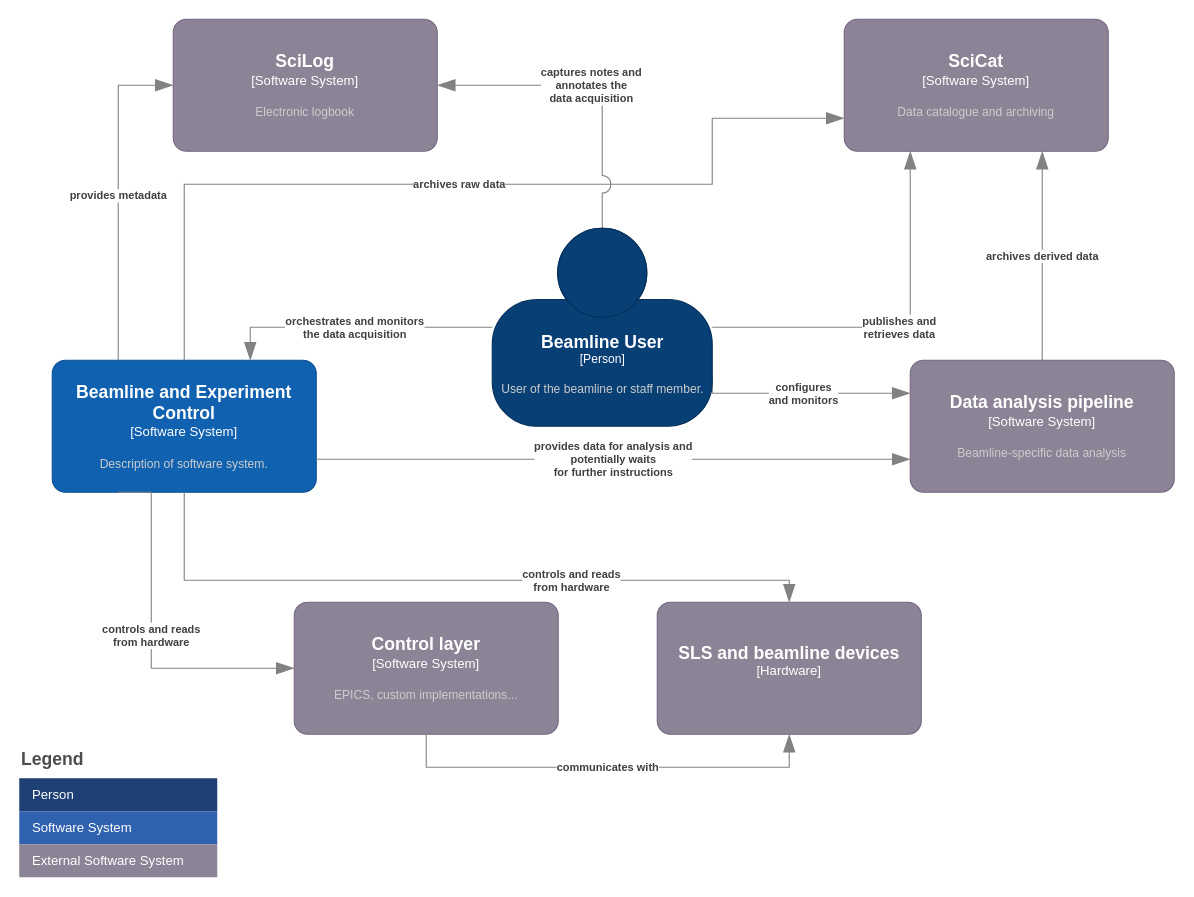
The draw.io diagram page "BEC_context_user_centric" (3 of 5) of docs/architecture/BEC.drawio in ivan-usov-org/bec, before the edit. Source tidied: cells renumbered, new cells numbered last; positions are measured from the earlier drawing's top-left corner, leaving out a move shared by most shapes. Both pictures are drawn from the tidied source at 110%, with x=0, y=0 at pixel (19, 19).
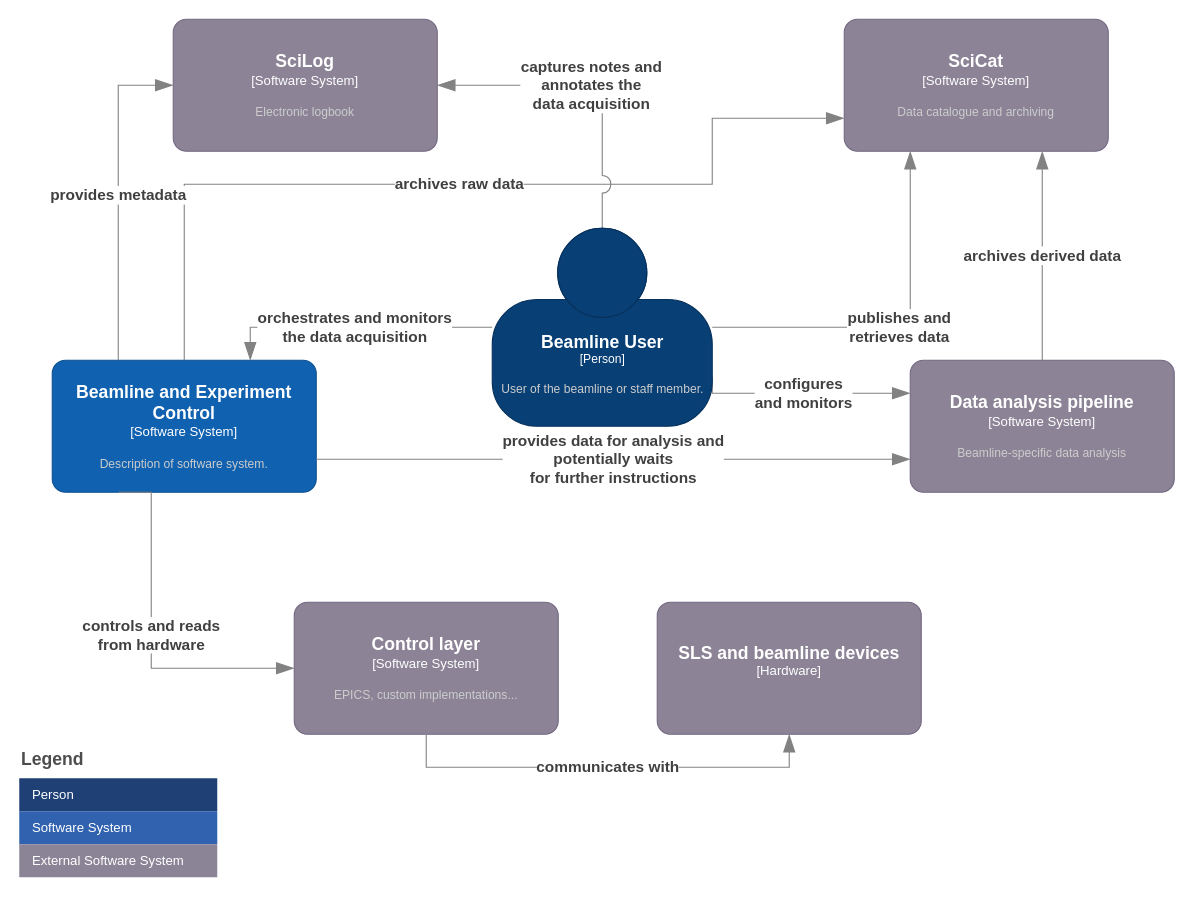
The same page after the edit.

Unchanged cells that the change refers to:
```xml
<object id="2" label="&lt;font style=&quot;font-size: 16px&quot;&gt;&lt;b&gt;%c4Name%&lt;/b&gt;&lt;/font&gt;&lt;div&gt;[%c4Type%]&lt;/div&gt;&lt;br&gt;&lt;div&gt;&lt;font style=&quot;font-size: 11px&quot;&gt;&lt;font color=&quot;#cccccc&quot;&gt;%c4Description%&lt;/font&gt;&lt;/div&gt;" c4Description="Data catalogue and archiving" c4Name="SciCat" c4Type="Software System" placeholders="1">
  <mxCell style="rounded=1;whiteSpace=wrap;html=1;labelBackgroundColor=none;fillColor=#8C8496;fontColor=#ffffff;align=center;arcSize=10;strokeColor=#736782;points=[[0.25,0,0],[0.5,0,0],[0.75,0,0],[1,0.25,0],[1,0.5,0],[1,0.75,0],[0.75,1,0],[0.5,1,0],[0.25,1,0],[0,0.75,0],[0,0.5,0],[0,0.25,0]];fontSize=12;" parent="1" vertex="1">
    <mxGeometry x="750" width="240" height="120" as="geometry" />
  </mxCell>
</object>
<object id="3" label="&lt;font style=&quot;font-size: 16px&quot;&gt;&lt;b&gt;%c4Name%&lt;/b&gt;&lt;/font&gt;&lt;div&gt;[%c4Type%]&lt;/div&gt;&lt;br&gt;&lt;div&gt;&lt;font style=&quot;font-size: 11px&quot;&gt;&lt;font color=&quot;#cccccc&quot;&gt;%c4Description%&lt;/font&gt;&lt;/div&gt;" c4Description="EPICS, custom implementations..." c4Name="Control layer" c4Type="Software System" placeholders="1">
  <mxCell style="rounded=1;whiteSpace=wrap;html=1;labelBackgroundColor=none;fillColor=#8C8496;fontColor=#ffffff;align=center;arcSize=10;strokeColor=#736782;points=[[0.25,0,0],[0.5,0,0],[0.75,0,0],[1,0.25,0],[1,0.5,0],[1,0.75,0],[0.75,1,0],[0.5,1,0],[0.25,1,0],[0,0.75,0],[0,0.5,0],[0,0.25,0]];fontSize=12;" parent="1" vertex="1">
    <mxGeometry x="250" y="530" width="240" height="120" as="geometry" />
  </mxCell>
</object>
<object id="4" label="&lt;font style=&quot;font-size: 16px&quot;&gt;&lt;b&gt;%c4Name%&lt;/b&gt;&lt;/font&gt;&lt;div&gt;[%c4Type%]&lt;/div&gt;&lt;br&gt;&lt;div&gt;&lt;font style=&quot;font-size: 11px&quot;&gt;&lt;font color=&quot;#cccccc&quot;&gt;%c4Description%&lt;/font&gt;&lt;/div&gt;" c4Description="Electronic logbook" c4Name="SciLog" c4Type="Software System" placeholders="1">
  <mxCell style="rounded=1;whiteSpace=wrap;html=1;labelBackgroundColor=none;fillColor=#8C8496;fontColor=#ffffff;align=center;arcSize=10;strokeColor=#736782;points=[[0.25,0,0],[0.5,0,0],[0.75,0,0],[1,0.25,0],[1,0.5,0],[1,0.75,0],[0.75,1,0],[0.5,1,0],[0.25,1,0],[0,0.75,0],[0,0.5,0],[0,0.25,0]];fontSize=12;" parent="1" vertex="1">
    <mxGeometry x="140" width="240" height="120" as="geometry" />
  </mxCell>
</object>
<object id="5" label="&lt;font style=&quot;font-size: 16px&quot;&gt;&lt;b&gt;%c4Name%&lt;/b&gt;&lt;/font&gt;&lt;div&gt;[%c4Type%]&lt;/div&gt;&lt;br&gt;&lt;div&gt;&lt;font style=&quot;font-size: 11px&quot;&gt;&lt;font color=&quot;#cccccc&quot;&gt;%c4Description%&lt;/font&gt;&lt;/div&gt;" c4Description="Description of software system." c4Name="Beamline and Experiment Control" c4Type="Software System" placeholders="1">
  <mxCell style="rounded=1;whiteSpace=wrap;html=1;labelBackgroundColor=none;fillColor=#1061B0;fontColor=#ffffff;align=center;arcSize=10;strokeColor=#0D5091;points=[[0.25,0,0],[0.5,0,0],[0.75,0,0],[1,0.25,0],[1,0.5,0],[1,0.75,0],[0.75,1,0],[0.5,1,0],[0.25,1,0],[0,0.75,0],[0,0.5,0],[0,0.25,0]];fontSize=12;" parent="1" vertex="1">
    <mxGeometry x="30" y="310" width="240" height="120" as="geometry" />
  </mxCell>
</object>
<object id="6" label="&lt;font style=&quot;font-size: 16px&quot;&gt;&lt;b&gt;%c4Name%&lt;/b&gt;&lt;/font&gt;&lt;div&gt;[%c4Type%]&lt;/div&gt;&lt;br&gt;&lt;div&gt;&lt;font style=&quot;font-size: 11px&quot;&gt;&lt;font color=&quot;#cccccc&quot;&gt;%c4Description%&lt;/font&gt;&lt;/div&gt;" c4Description="Beamline-specific data analysis" c4Name="Data analysis pipeline" c4Type="Software System" placeholders="1">
  <mxCell style="rounded=1;whiteSpace=wrap;html=1;labelBackgroundColor=none;fillColor=#8C8496;fontColor=#ffffff;align=center;arcSize=10;strokeColor=#736782;points=[[0.25,0,0],[0.5,0,0],[0.75,0,0],[1,0.25,0],[1,0.5,0],[1,0.75,0],[0.75,1,0],[0.5,1,0],[0.25,1,0],[0,0.75,0],[0,0.5,0],[0,0.25,0]];fontSize=12;comic=0;noLabel=0;" parent="1" vertex="1">
    <mxGeometry x="810" y="310" width="240" height="120" as="geometry" />
  </mxCell>
</object>
<object id="22" label="&lt;font style=&quot;font-size: 16px&quot;&gt;&lt;b&gt;%c4Name%&lt;/b&gt;&lt;/font&gt;&lt;div&gt;[%c4Type%]&lt;/div&gt;&lt;br&gt;&lt;div&gt;&lt;font style=&quot;font-size: 11px&quot;&gt;&lt;font color=&quot;#cccccc&quot;&gt;%c4Description%&lt;/font&gt;&lt;/div&gt;" c4Description="" c4Name="SLS and beamline devices" c4Type="Hardware" placeholders="1">
  <mxCell style="rounded=1;whiteSpace=wrap;html=1;labelBackgroundColor=none;fillColor=#8C8496;fontColor=#ffffff;align=center;arcSize=10;strokeColor=#736782;points=[[0.25,0,0],[0.5,0,0],[0.75,0,0],[1,0.25,0],[1,0.5,0],[1,0.75,0],[0.75,1,0],[0.5,1,0],[0.25,1,0],[0,0.75,0],[0,0.5,0],[0,0.25,0]];fontSize=12;" parent="1" vertex="1">
    <mxGeometry x="580" y="530" width="240" height="120" as="geometry" />
  </mxCell>
</object>
<object id="24" label="&lt;font style=&quot;font-size: 16px&quot;&gt;&lt;b&gt;%c4Name%&lt;/b&gt;&lt;/font&gt;&lt;div&gt;[%c4Type%]&lt;/div&gt;&lt;br&gt;&lt;div&gt;&lt;font style=&quot;font-size: 11px&quot;&gt;&lt;font color=&quot;#cccccc&quot;&gt;%c4Description%&lt;/font&gt;&lt;/div&gt;" c4Description="User of the beamline or staff member." c4Name="Beamline User" c4Type="Person" placeholders="1">
  <mxCell style="html=1;fontSize=11;dashed=0;whitespace=wrap;fillColor=#083F75;strokeColor=#06315C;fontColor=#ffffff;shape=mxgraph.c4.person2;align=center;points=[[0.5,0,0],[1,0.5,0],[1,0.75,0],[0.75,1,0],[0.5,1,0],[0.25,1,0],[0,0.75,0],[0,0.5,0]];" parent="1" vertex="1">
    <mxGeometry x="430" y="190" width="200" height="180" as="geometry" />
  </mxCell>
</object>
```

The edit, as a diff of the source:
```diff
@@
-    <object id="7" label="&lt;div style=&quot;text-align: left&quot;&gt;&lt;div style=&quot;text-align: center&quot;&gt;&lt;b&gt;%c4Description%&lt;/b&gt;&lt;/div&gt;" c4Description="archives raw data" placeholders="1">
-      <mxCell style="endArrow=blockThin;html=1;fontSize=10;fontColor=#404040;strokeWidth=1;endFill=1;strokeColor=#828282;elbow=vertical;endSize=14;startSize=14;jumpStyle=arc;jumpSize=16;rounded=0;edgeStyle=orthogonalEdgeStyle;exitX=0.5;exitY=0;exitDx=0;exitDy=0;exitPerimeter=0;entryX=0;entryY=0.75;entryDx=0;entryDy=0;entryPerimeter=0;" parent="1" edge="1" source="5" target="2">
+    <object id="7" label="&lt;div style=&quot;text-align: left; font-size: 14px;&quot;&gt;&lt;div style=&quot;text-align: center; font-size: 14px;&quot;&gt;&lt;b style=&quot;font-size: 14px;&quot;&gt;%c4Description%&lt;/b&gt;&lt;/div&gt;&lt;/div&gt;" c4Description="archives raw data" placeholders="1">
+      <mxCell style="endArrow=blockThin;html=1;fontSize=14;fontColor=#404040;strokeWidth=1;endFill=1;strokeColor=#828282;elbow=vertical;endSize=14;startSize=14;jumpStyle=arc;jumpSize=16;rounded=0;edgeStyle=orthogonalEdgeStyle;exitX=0.5;exitY=0;exitDx=0;exitDy=0;exitPerimeter=0;entryX=0;entryY=0.75;entryDx=0;entryDy=0;entryPerimeter=0;" parent="1" edge="1" source="5" target="2">
         <mxGeometry relative="1" as="geometry">
           <Array as="points">
             <mxPoint x="150" y="150" />
             <mxPoint x="630" y="150" />
             <mxPoint x="630" y="90" />
           </Array>
         </mxGeometry>
       </mxCell>
     </object>
@@
-    <object id="13" label="&lt;div style=&quot;text-align: left&quot;&gt;&lt;div style=&quot;text-align: center&quot;&gt;&lt;b&gt;%c4Description%&lt;/b&gt;&lt;/div&gt;" c4Description="captures notes and&#10;annotates the&#10;data acquisition" placeholders="1">
-      <mxCell style="endArrow=blockThin;html=1;fontSize=10;fontColor=#404040;strokeWidth=1;endFill=1;strokeColor=#828282;elbow=vertical;endSize=14;startSize=14;jumpStyle=arc;jumpSize=16;rounded=0;edgeStyle=orthogonalEdgeStyle;exitX=0.5;exitY=0;exitDx=0;exitDy=0;exitPerimeter=0;entryX=1;entryY=0.5;entryDx=0;entryDy=0;entryPerimeter=0;" parent="1" edge="1" source="24" target="4">
+    <object id="13" label="&lt;div style=&quot;text-align: left; font-size: 14px;&quot;&gt;&lt;div style=&quot;text-align: center; font-size: 14px;&quot;&gt;&lt;b style=&quot;font-size: 14px;&quot;&gt;%c4Description%&lt;/b&gt;&lt;/div&gt;&lt;/div&gt;" c4Description="captures notes and&#10;annotates the&#10;data acquisition" placeholders="1">
+      <mxCell style="endArrow=blockThin;html=1;fontSize=14;fontColor=#404040;strokeWidth=1;endFill=1;strokeColor=#828282;elbow=vertical;endSize=14;startSize=14;jumpStyle=arc;jumpSize=16;rounded=0;edgeStyle=orthogonalEdgeStyle;exitX=0.5;exitY=0;exitDx=0;exitDy=0;exitPerimeter=0;entryX=1;entryY=0.5;entryDx=0;entryDy=0;entryPerimeter=0;" parent="1" edge="1" source="24" target="4">
         <mxGeometry relative="1" as="geometry" />
       </mxCell>
     </object>
-    <object id="14" label="&lt;div style=&quot;text-align: left&quot;&gt;&lt;div style=&quot;text-align: center&quot;&gt;&lt;b&gt;%c4Description%&lt;/b&gt;&lt;/div&gt;" c4Description="provides metadata" placeholders="1">
-      <mxCell style="endArrow=blockThin;html=1;fontSize=10;fontColor=#404040;strokeWidth=1;endFill=1;strokeColor=#828282;elbow=vertical;endSize=14;startSize=14;jumpStyle=arc;jumpSize=16;rounded=0;edgeStyle=orthogonalEdgeStyle;exitX=0.25;exitY=0;exitDx=0;exitDy=0;exitPerimeter=0;entryX=0;entryY=0.5;entryDx=0;entryDy=0;entryPerimeter=0;" parent="1" edge="1" source="5" target="4">
+    <object id="14" label="&lt;div style=&quot;text-align: left; font-size: 14px;&quot;&gt;&lt;div style=&quot;text-align: center; font-size: 14px;&quot;&gt;&lt;b style=&quot;font-size: 14px;&quot;&gt;%c4Description%&lt;/b&gt;&lt;/div&gt;&lt;/div&gt;" c4Description="provides metadata" placeholders="1">
+      <mxCell style="endArrow=blockThin;html=1;fontSize=14;fontColor=#404040;strokeWidth=1;endFill=1;strokeColor=#828282;elbow=vertical;endSize=14;startSize=14;jumpStyle=arc;jumpSize=16;rounded=0;edgeStyle=orthogonalEdgeStyle;exitX=0.25;exitY=0;exitDx=0;exitDy=0;exitPerimeter=0;entryX=0;entryY=0.5;entryDx=0;entryDy=0;entryPerimeter=0;" parent="1" edge="1" source="5" target="4">
         <mxGeometry relative="1" as="geometry" />
       </mxCell>
     </object>
-    <object id="15" label="&lt;div style=&quot;text-align: left&quot;&gt;&lt;div style=&quot;text-align: center&quot;&gt;&lt;b&gt;%c4Description%&lt;/b&gt;&lt;/div&gt;" c4Description="orchestrates and monitors&#10;the data acquisition" placeholders="1">
-      <mxCell style="endArrow=blockThin;html=1;fontSize=10;fontColor=#404040;strokeWidth=1;endFill=1;strokeColor=#828282;elbow=vertical;endSize=14;startSize=14;jumpStyle=arc;jumpSize=16;rounded=0;edgeStyle=orthogonalEdgeStyle;exitX=0;exitY=0.5;exitDx=0;exitDy=0;exitPerimeter=0;entryX=0.75;entryY=0;entryDx=0;entryDy=0;entryPerimeter=0;" parent="1" edge="1" source="24" target="5">
+    <object id="15" label="&lt;div style=&quot;text-align: left; font-size: 14px;&quot;&gt;&lt;div style=&quot;text-align: center; font-size: 14px;&quot;&gt;&lt;b style=&quot;font-size: 14px;&quot;&gt;%c4Description%&lt;/b&gt;&lt;/div&gt;&lt;/div&gt;" c4Description="orchestrates and monitors&#10;the data acquisition" placeholders="1">
+      <mxCell style="endArrow=blockThin;html=1;fontSize=14;fontColor=#404040;strokeWidth=1;endFill=1;strokeColor=#828282;elbow=vertical;endSize=14;startSize=14;jumpStyle=arc;jumpSize=16;rounded=0;edgeStyle=orthogonalEdgeStyle;exitX=0;exitY=0.5;exitDx=0;exitDy=0;exitPerimeter=0;entryX=0.75;entryY=0;entryDx=0;entryDy=0;entryPerimeter=0;" parent="1" edge="1" source="24" target="5">
         <mxGeometry relative="1" as="geometry" />
       </mxCell>
     </object>
-    <object id="16" label="&lt;div style=&quot;text-align: left&quot;&gt;&lt;div style=&quot;text-align: center&quot;&gt;&lt;b&gt;%c4Description%&lt;/b&gt;&lt;/div&gt;" c4Description="provides data for analysis and&#10;potentially waits&#10;for further instructions" placeholders="1">
-      <mxCell style="endArrow=blockThin;html=1;fontSize=10;fontColor=#404040;strokeWidth=1;endFill=1;strokeColor=#828282;elbow=vertical;endSize=14;startSize=14;jumpStyle=arc;jumpSize=16;rounded=0;edgeStyle=orthogonalEdgeStyle;exitX=1;exitY=0.75;exitDx=0;exitDy=0;exitPerimeter=0;entryX=0;entryY=0.75;entryDx=0;entryDy=0;entryPerimeter=0;" parent="1" edge="1" source="5" target="6">
+    <object id="16" label="&lt;div style=&quot;text-align: left; font-size: 14px;&quot;&gt;&lt;div style=&quot;text-align: center; font-size: 14px;&quot;&gt;&lt;b style=&quot;font-size: 14px;&quot;&gt;%c4Description%&lt;/b&gt;&lt;/div&gt;&lt;/div&gt;" c4Description="provides data for analysis and&#10;potentially waits&#10;for further instructions" placeholders="1">
+      <mxCell style="endArrow=blockThin;html=1;fontSize=14;fontColor=#404040;strokeWidth=1;endFill=1;strokeColor=#828282;elbow=vertical;endSize=14;startSize=14;jumpStyle=arc;jumpSize=16;rounded=0;edgeStyle=orthogonalEdgeStyle;exitX=1;exitY=0.75;exitDx=0;exitDy=0;exitPerimeter=0;entryX=0;entryY=0.75;entryDx=0;entryDy=0;entryPerimeter=0;" parent="1" edge="1" source="5" target="6">
         <mxGeometry relative="1" as="geometry" />
       </mxCell>
     </object>
-    <object id="17" label="&lt;div style=&quot;text-align: left&quot;&gt;&lt;div style=&quot;text-align: center&quot;&gt;&lt;b&gt;%c4Description%&lt;/b&gt;&lt;/div&gt;" c4Description="controls and reads&#10; from hardware" placeholders="1">
-      <mxCell style="endArrow=blockThin;html=1;fontSize=10;fontColor=#404040;strokeWidth=1;endFill=1;strokeColor=#828282;elbow=vertical;endSize=14;startSize=14;jumpStyle=arc;jumpSize=16;rounded=0;edgeStyle=orthogonalEdgeStyle;exitX=0.25;exitY=1;exitDx=0;exitDy=0;exitPerimeter=0;entryX=0;entryY=0.5;entryDx=0;entryDy=0;entryPerimeter=0;" parent="1" edge="1" source="5" target="3">
+    <object id="17" label="&lt;div style=&quot;text-align: left; font-size: 14px;&quot;&gt;&lt;div style=&quot;text-align: center; font-size: 14px;&quot;&gt;&lt;b style=&quot;font-size: 14px;&quot;&gt;%c4Description%&lt;/b&gt;&lt;/div&gt;&lt;/div&gt;" c4Description="controls and reads&#10; from hardware" placeholders="1">
+      <mxCell style="endArrow=blockThin;html=1;fontSize=14;fontColor=#404040;strokeWidth=1;endFill=1;strokeColor=#828282;elbow=vertical;endSize=14;startSize=14;jumpStyle=arc;jumpSize=16;rounded=0;edgeStyle=orthogonalEdgeStyle;exitX=0.25;exitY=1;exitDx=0;exitDy=0;exitPerimeter=0;entryX=0;entryY=0.5;entryDx=0;entryDy=0;entryPerimeter=0;" parent="1" edge="1" source="5" target="3">
         <mxGeometry relative="1" as="geometry">
           <Array as="points">
             <mxPoint x="120" y="590" />
           </Array>
         </mxGeometry>
       </mxCell>
     </object>
-    <object id="18" label="&lt;div style=&quot;text-align: left&quot;&gt;&lt;div style=&quot;text-align: center&quot;&gt;&lt;b&gt;%c4Description%&lt;/b&gt;&lt;/div&gt;" c4Description="configures &#10;and monitors" placeholders="1">
-      <mxCell style="endArrow=blockThin;html=1;fontSize=10;fontColor=#404040;strokeWidth=1;endFill=1;strokeColor=#828282;elbow=vertical;endSize=14;startSize=14;jumpStyle=arc;jumpSize=16;rounded=0;edgeStyle=orthogonalEdgeStyle;exitX=1;exitY=0.75;exitDx=0;exitDy=0;exitPerimeter=0;entryX=0;entryY=0.25;entryDx=0;entryDy=0;entryPerimeter=0;" parent="1" edge="1" source="24" target="6">
+    <object id="18" label="&lt;div style=&quot;text-align: left; font-size: 14px;&quot;&gt;&lt;div style=&quot;text-align: center; font-size: 14px;&quot;&gt;&lt;b style=&quot;font-size: 14px;&quot;&gt;%c4Description%&lt;/b&gt;&lt;/div&gt;&lt;/div&gt;" c4Description="configures &#10;and monitors" placeholders="1">
+      <mxCell style="endArrow=blockThin;html=1;fontSize=14;fontColor=#404040;strokeWidth=1;endFill=1;strokeColor=#828282;elbow=vertical;endSize=14;startSize=14;jumpStyle=arc;jumpSize=16;rounded=0;edgeStyle=orthogonalEdgeStyle;exitX=1;exitY=0.75;exitDx=0;exitDy=0;exitPerimeter=0;entryX=0;entryY=0.25;entryDx=0;entryDy=0;entryPerimeter=0;" parent="1" edge="1" source="24" target="6">
         <mxGeometry relative="1" as="geometry">
           <Array as="points">
             <mxPoint x="630" y="340" />
           </Array>
         </mxGeometry>
       </mxCell>
     </object>
-    <object id="19" label="&lt;div style=&quot;text-align: left&quot;&gt;&lt;div style=&quot;text-align: center&quot;&gt;&lt;b&gt;%c4Description%&lt;/b&gt;&lt;/div&gt;" c4Description="archives derived data" placeholders="1">
-      <mxCell style="endArrow=blockThin;html=1;fontSize=10;fontColor=#404040;strokeWidth=1;endFill=1;strokeColor=#828282;elbow=vertical;endSize=14;startSize=14;jumpStyle=arc;jumpSize=16;rounded=0;edgeStyle=orthogonalEdgeStyle;exitX=0.5;exitY=0;exitDx=0;exitDy=0;exitPerimeter=0;entryX=0.75;entryY=1;entryDx=0;entryDy=0;entryPerimeter=0;" parent="1" edge="1" source="6" target="2">
+    <object id="19" label="&lt;div style=&quot;text-align: left; font-size: 14px;&quot;&gt;&lt;div style=&quot;text-align: center; font-size: 14px;&quot;&gt;&lt;b style=&quot;font-size: 14px;&quot;&gt;%c4Description%&lt;/b&gt;&lt;/div&gt;&lt;/div&gt;" c4Description="archives derived data" placeholders="1">
+      <mxCell style="endArrow=blockThin;html=1;fontSize=14;fontColor=#404040;strokeWidth=1;endFill=1;strokeColor=#828282;elbow=vertical;endSize=14;startSize=14;jumpStyle=arc;jumpSize=16;rounded=0;edgeStyle=orthogonalEdgeStyle;exitX=0.5;exitY=0;exitDx=0;exitDy=0;exitPerimeter=0;entryX=0.75;entryY=1;entryDx=0;entryDy=0;entryPerimeter=0;" parent="1" edge="1" source="6" target="2">
         <mxGeometry relative="1" as="geometry" />
       </mxCell>
     </object>
-    <object id="20" label="&lt;div style=&quot;text-align: left&quot;&gt;&lt;div style=&quot;text-align: center&quot;&gt;&lt;b&gt;%c4Description%&lt;/b&gt;&lt;/div&gt;" c4Description="publishes and &#10;retrieves data" placeholders="1">
-      <mxCell style="endArrow=blockThin;html=1;fontSize=10;fontColor=#404040;strokeWidth=1;endFill=1;strokeColor=#828282;elbow=vertical;endSize=14;startSize=14;jumpStyle=arc;jumpSize=16;rounded=0;edgeStyle=orthogonalEdgeStyle;exitX=1;exitY=0.5;exitDx=0;exitDy=0;exitPerimeter=0;entryX=0.25;entryY=1;entryDx=0;entryDy=0;entryPerimeter=0;" parent="1" edge="1" source="24" target="2">
+    <object id="20" label="&lt;div style=&quot;text-align: left; font-size: 14px;&quot;&gt;&lt;div style=&quot;text-align: center; font-size: 14px;&quot;&gt;&lt;b style=&quot;font-size: 14px;&quot;&gt;%c4Description%&lt;/b&gt;&lt;/div&gt;&lt;/div&gt;" c4Description="publishes and &#10;retrieves data" placeholders="1">
+      <mxCell style="endArrow=blockThin;html=1;fontSize=14;fontColor=#404040;strokeWidth=1;endFill=1;strokeColor=#828282;elbow=vertical;endSize=14;startSize=14;jumpStyle=arc;jumpSize=16;rounded=0;edgeStyle=orthogonalEdgeStyle;exitX=1;exitY=0.5;exitDx=0;exitDy=0;exitPerimeter=0;entryX=0.25;entryY=1;entryDx=0;entryDy=0;entryPerimeter=0;" parent="1" edge="1" source="24" target="2">
         <mxGeometry relative="1" as="geometry">
           <Array as="points">
             <mxPoint x="810" y="280" />
           </Array>
         </mxGeometry>
       </mxCell>
     </object>
-    <object id="21" label="&lt;div style=&quot;text-align: left&quot;&gt;&lt;div style=&quot;text-align: center&quot;&gt;&lt;b&gt;%c4Description%&lt;/b&gt;&lt;/div&gt;" c4Description="communicates with" placeholders="1">
-      <mxCell style="endArrow=blockThin;html=1;fontSize=10;fontColor=#404040;strokeWidth=1;endFill=1;strokeColor=#828282;elbow=vertical;endSize=14;startSize=14;jumpStyle=arc;jumpSize=16;rounded=0;edgeStyle=orthogonalEdgeStyle;exitX=0.5;exitY=1;exitDx=0;exitDy=0;exitPerimeter=0;entryX=0.5;entryY=1;entryDx=0;entryDy=0;entryPerimeter=0;" parent="1" edge="1" source="3" target="22">
+    <object id="21" label="&lt;div style=&quot;text-align: left; font-size: 14px;&quot;&gt;&lt;div style=&quot;text-align: center; font-size: 14px;&quot;&gt;&lt;b style=&quot;font-size: 14px;&quot;&gt;%c4Description%&lt;/b&gt;&lt;/div&gt;&lt;/div&gt;" c4Description="communicates with" placeholders="1">
+      <mxCell style="endArrow=blockThin;html=1;fontSize=14;fontColor=#404040;strokeWidth=1;endFill=1;strokeColor=#828282;elbow=vertical;endSize=14;startSize=14;jumpStyle=arc;jumpSize=16;rounded=0;edgeStyle=orthogonalEdgeStyle;exitX=0.5;exitY=1;exitDx=0;exitDy=0;exitPerimeter=0;entryX=0.5;entryY=1;entryDx=0;entryDy=0;entryPerimeter=0;" parent="1" edge="1" source="3" target="22">
         <mxGeometry relative="1" as="geometry">
           <Array as="points">
             <mxPoint x="370" y="680" />
             <mxPoint x="700" y="680" />
           </Array>
         </mxGeometry>
       </mxCell>
     </object>
@@
-    <object id="23" label="&lt;div style=&quot;text-align: left&quot;&gt;&lt;div style=&quot;text-align: center&quot;&gt;&lt;b&gt;%c4Description%&lt;/b&gt;&lt;/div&gt;" c4Description="controls and reads&#10; from hardware" placeholders="1">
-      <mxCell style="endArrow=blockThin;html=1;fontSize=10;fontColor=#404040;strokeWidth=1;endFill=1;strokeColor=#828282;elbow=vertical;endSize=14;startSize=14;jumpStyle=arc;jumpSize=16;rounded=0;edgeStyle=orthogonalEdgeStyle;exitX=0.5;exitY=1;exitDx=0;exitDy=0;exitPerimeter=0;entryX=0.5;entryY=0;entryDx=0;entryDy=0;entryPerimeter=0;" parent="1" edge="1" source="5" target="22">
-        <mxGeometry x="0.33" relative="1" as="geometry">
-          <Array as="points">
-            <mxPoint x="200" y="510" />
-            <mxPoint x="650" y="510" />
-          </Array>
-        </mxGeometry>
-      </mxCell>
-    </object>
```
